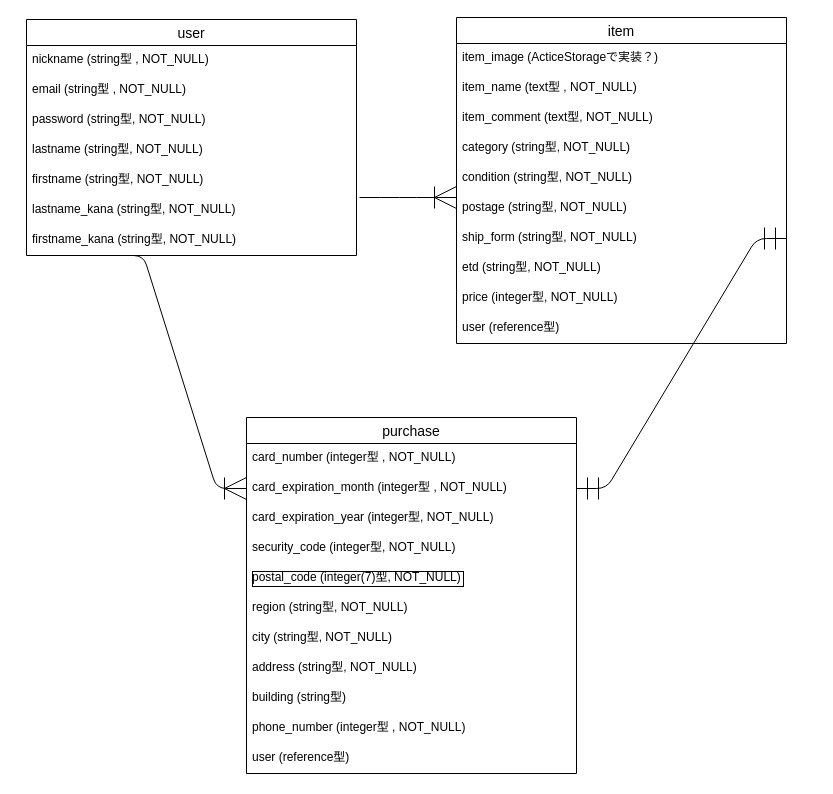
Above: config/furima-34845.dio in tn-0214/furima-34845 (draw.io), before the change. Source tidied: cells renumbered, new cells numbered last; positions are measured from the earlier drawing's top-left corner, leaving out a move shared by most shapes. Both pictures are drawn from the tidied source at 100%, with x=0, y=0 at pixel (26, 17).
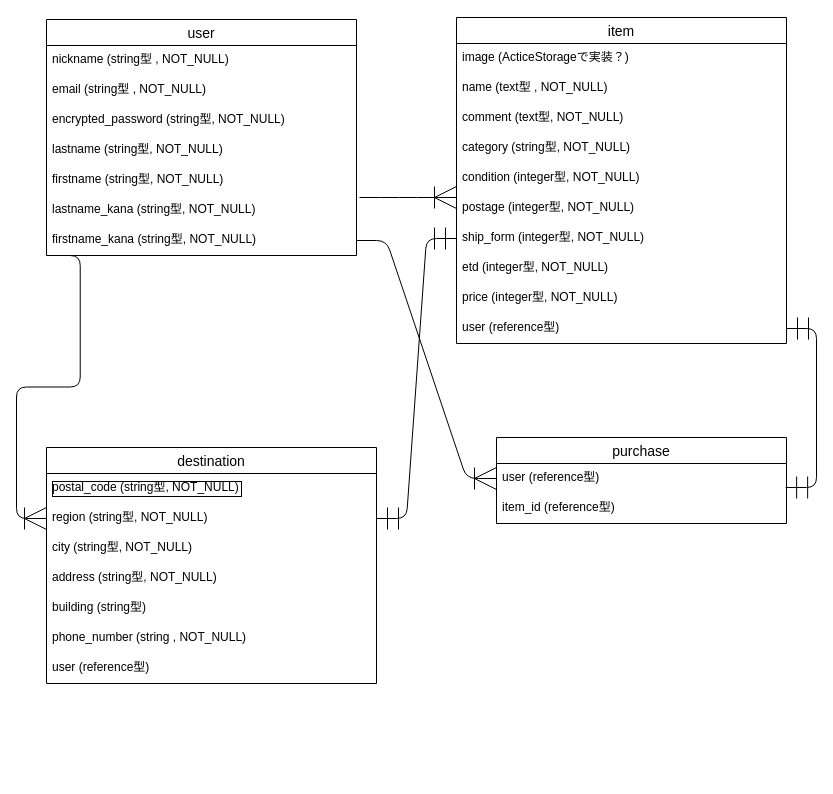
The same page after the edit.

The change refers to these unchanged cells:
```xml
<mxCell id="10" value="item" style="swimlane;fontStyle=0;horizontal=1;startSize=26;align=center;fontSize=14;" parent="1" vertex="1">
  <mxGeometry x="430" width="330" height="326" as="geometry" />
</mxCell>
<mxCell id="20" value="user (reference型)" style="text;strokeColor=none;fillColor=none;spacingLeft=4;spacingRight=4;overflow=hidden;points=[[0,0.5],[1,0.5]];portConstraint=eastwest;fontSize=12;" parent="10" vertex="1">
  <mxGeometry y="296" width="330" height="30" as="geometry" />
</mxCell>
```

The edit, as a diff of the source:
```diff
@@
     <mxCell id="2" value="user" style="swimlane;fontStyle=0;horizontal=1;startSize=26;align=center;fontSize=14;" parent="1" vertex="1">
-      <mxGeometry y="2" width="330" height="236" as="geometry" />
+      <mxGeometry x="20" y="2" width="310" height="236" as="geometry" />
     </mxCell>
     <mxCell id="3" value="nickname (string型 , NOT_NULL)" style="text;strokeColor=none;fillColor=none;spacingLeft=4;spacingRight=4;overflow=hidden;fontSize=12;" parent="2" vertex="1">
-      <mxGeometry y="26" width="330" height="30" as="geometry" />
+      <mxGeometry y="26" width="310" height="30" as="geometry" />
     </mxCell>
     <mxCell id="4" value="email (string型 , NOT_NULL)" style="text;strokeColor=none;fillColor=none;spacingLeft=4;spacingRight=4;overflow=hidden;fontSize=12;" parent="2" vertex="1">
-      <mxGeometry y="56" width="330" height="30" as="geometry" />
+      <mxGeometry y="56" width="310" height="30" as="geometry" />
     </mxCell>
-    <mxCell id="5" value="password (string型, NOT_NULL)" style="text;strokeColor=none;fillColor=none;spacingLeft=4;spacingRight=4;overflow=hidden;fontSize=12;" parent="2" vertex="1">
-      <mxGeometry y="86" width="330" height="30" as="geometry" />
+    <mxCell id="5" value="encrypted_password (string型, NOT_NULL)" style="text;strokeColor=none;fillColor=none;spacingLeft=4;spacingRight=4;overflow=hidden;fontSize=12;" parent="2" vertex="1">
+      <mxGeometry y="86" width="310" height="30" as="geometry" />
     </mxCell>
     <mxCell id="6" value="lastname (string型, NOT_NULL)" style="text;strokeColor=none;fillColor=none;spacingLeft=4;spacingRight=4;overflow=hidden;fontSize=12;" parent="2" vertex="1">
-      <mxGeometry y="116" width="330" height="30" as="geometry" />
+      <mxGeometry y="116" width="310" height="30" as="geometry" />
     </mxCell>
     <mxCell id="7" value="firstname (string型, NOT_NULL)" style="text;strokeColor=none;fillColor=none;spacingLeft=4;spacingRight=4;overflow=hidden;fontSize=12;" parent="2" vertex="1">
-      <mxGeometry y="146" width="330" height="30" as="geometry" />
+      <mxGeometry y="146" width="310" height="30" as="geometry" />
     </mxCell>
     <mxCell id="8" value="lastname_kana (string型, NOT_NULL)" style="text;strokeColor=none;fillColor=none;spacingLeft=4;spacingRight=4;overflow=hidden;fontSize=12;" parent="2" vertex="1">
-      <mxGeometry y="176" width="330" height="30" as="geometry" />
+      <mxGeometry y="176" width="310" height="30" as="geometry" />
     </mxCell>
     <mxCell id="9" value="firstname_kana (string型, NOT_NULL)" style="text;strokeColor=none;fillColor=none;spacingLeft=4;spacingRight=4;overflow=hidden;points=[[0,0.5],[1,0.5]];portConstraint=eastwest;fontSize=12;" parent="2" vertex="1">
-      <mxGeometry y="206" width="330" height="30" as="geometry" />
+      <mxGeometry y="206" width="310" height="30" as="geometry" />
     </mxCell>
@@
-    <mxCell id="11" value="item_image (ActiceStorageで実装？)" style="text;strokeColor=none;fillColor=none;spacingLeft=4;spacingRight=4;overflow=hidden;fontSize=12;" parent="10" vertex="1">
+    <mxCell id="11" value="image (ActiceStorageで実装？)" style="text;strokeColor=none;fillColor=none;spacingLeft=4;spacingRight=4;overflow=hidden;fontSize=12;" parent="10" vertex="1">
       <mxGeometry y="26" width="330" height="30" as="geometry" />
     </mxCell>
-    <mxCell id="12" value="item_name (text型 , NOT_NULL)" style="text;strokeColor=none;fillColor=none;spacingLeft=4;spacingRight=4;overflow=hidden;fontSize=12;" parent="10" vertex="1">
+    <mxCell id="12" value="name (text型 , NOT_NULL)" style="text;strokeColor=none;fillColor=none;spacingLeft=4;spacingRight=4;overflow=hidden;fontSize=12;" parent="10" vertex="1">
       <mxGeometry y="56" width="330" height="30" as="geometry" />
     </mxCell>
-    <mxCell id="13" value="item_comment (text型, NOT_NULL)" style="text;strokeColor=none;fillColor=none;spacingLeft=4;spacingRight=4;overflow=hidden;fontSize=12;" parent="10" vertex="1">
+    <mxCell id="13" value="comment (text型, NOT_NULL)" style="text;strokeColor=none;fillColor=none;spacingLeft=4;spacingRight=4;overflow=hidden;fontSize=12;" parent="10" vertex="1">
       <mxGeometry y="86" width="330" height="30" as="geometry" />
     </mxCell>
@@
-    <mxCell id="15" value="condition (string型, NOT_NULL)" style="text;strokeColor=none;fillColor=none;spacingLeft=4;spacingRight=4;overflow=hidden;fontSize=12;" parent="10" vertex="1">
+    <mxCell id="15" value="condition (integer型, NOT_NULL)" style="text;strokeColor=none;fillColor=none;spacingLeft=4;spacingRight=4;overflow=hidden;fontSize=12;" parent="10" vertex="1">
       <mxGeometry y="146" width="330" height="30" as="geometry" />
     </mxCell>
-    <mxCell id="16" value="postage (string型, NOT_NULL)" style="text;strokeColor=none;fillColor=none;spacingLeft=4;spacingRight=4;overflow=hidden;fontSize=12;" parent="10" vertex="1">
+    <mxCell id="16" value="postage (integer型, NOT_NULL)" style="text;strokeColor=none;fillColor=none;spacingLeft=4;spacingRight=4;overflow=hidden;fontSize=12;" parent="10" vertex="1">
       <mxGeometry y="176" width="330" height="30" as="geometry" />
     </mxCell>
-    <mxCell id="17" value="ship_form (string型, NOT_NULL)" style="text;strokeColor=none;fillColor=none;spacingLeft=4;spacingRight=4;overflow=hidden;points=[[0,0.5],[1,0.5]];portConstraint=eastwest;fontSize=12;" parent="10" vertex="1">
+    <mxCell id="17" value="ship_form (integer型, NOT_NULL)" style="text;strokeColor=none;fillColor=none;spacingLeft=4;spacingRight=4;overflow=hidden;points=[[0,0.5],[1,0.5]];portConstraint=eastwest;fontSize=12;" parent="10" vertex="1">
       <mxGeometry y="206" width="330" height="30" as="geometry" />
     </mxCell>
-    <mxCell id="18" value="etd (string型, NOT_NULL)" style="text;strokeColor=none;fillColor=none;spacingLeft=4;spacingRight=4;overflow=hidden;fontSize=12;" parent="10" vertex="1">
+    <mxCell id="18" value="etd (integer型, NOT_NULL)" style="text;strokeColor=none;fillColor=none;spacingLeft=4;spacingRight=4;overflow=hidden;fontSize=12;" parent="10" vertex="1">
       <mxGeometry y="236" width="330" height="30" as="geometry" />
     </mxCell>
@@
-    <mxCell id="21" value="purchase" style="swimlane;fontStyle=0;horizontal=1;startSize=26;align=center;fontSize=14;" parent="1" vertex="1">
-      <mxGeometry x="220" y="400" width="330" height="356" as="geometry" />
+    <mxCell id="21" value="destination" style="swimlane;fontStyle=0;horizontal=1;startSize=26;align=center;fontSize=14;" parent="1" vertex="1">
+      <mxGeometry x="20" y="430" width="330" height="236" as="geometry" />
     </mxCell>
-    <mxCell id="22" value="card_number (integer型 , NOT_NULL)" style="text;strokeColor=none;fillColor=none;spacingLeft=4;spacingRight=4;overflow=hidden;fontSize=12;" parent="21" vertex="1">
-      <mxGeometry y="26" width="330" height="30" as="geometry" />
-    </mxCell>
-    <mxCell id="23" value="card_expiration_month (integer型 , NOT_NULL)" style="text;strokeColor=none;fillColor=none;spacingLeft=4;spacingRight=4;overflow=hidden;points=[[0,0.5],[1,0.5]];portConstraint=eastwest;fontSize=12;" parent="21" vertex="1">
-      <mxGeometry y="56" width="330" height="30" as="geometry" />
-    </mxCell>
-    <mxCell id="24" value="card_expiration_year (integer型, NOT_NULL)" style="text;strokeColor=none;fillColor=none;spacingLeft=4;spacingRight=4;overflow=hidden;fontSize=12;html=1;" parent="21" vertex="1">
-      <mxGeometry y="86" width="330" height="30" as="geometry" />
-    </mxCell>
-    <mxCell id="25" value="security_code (integer型, NOT_NULL)" style="text;strokeColor=none;fillColor=none;spacingLeft=4;spacingRight=4;overflow=hidden;fontSize=12;" parent="21" vertex="1">
-      <mxGeometry y="116" width="330" height="30" as="geometry" />
-    </mxCell>
-    <mxCell id="26" value="postal_code (integer(7)型, NOT_NULL)" style="text;strokeColor=none;fillColor=none;spacingLeft=4;spacingRight=4;overflow=hidden;fontSize=12;labelBorderColor=#000000;" parent="21" vertex="1">
-      <mxGeometry y="146" width="330" height="30" as="geometry" />
+    <mxCell id="26" value="postal_code (string型, NOT_NULL)" style="text;strokeColor=none;fillColor=none;spacingLeft=4;spacingRight=4;overflow=hidden;fontSize=12;labelBorderColor=#000000;" parent="21" vertex="1">
+      <mxGeometry y="26" width="330" height="30" as="geometry" />
     </mxCell>
     <mxCell id="27" value="region (string型, NOT_NULL)" style="text;strokeColor=none;fillColor=none;spacingLeft=4;spacingRight=4;overflow=hidden;fontSize=12;" parent="21" vertex="1">
-      <mxGeometry y="176" width="330" height="30" as="geometry" />
+      <mxGeometry y="56" width="330" height="30" as="geometry" />
     </mxCell>
     <mxCell id="28" value="city (string型, NOT_NULL)" style="text;strokeColor=none;fillColor=none;spacingLeft=4;spacingRight=4;overflow=hidden;fontSize=12;" parent="21" vertex="1">
-      <mxGeometry y="206" width="330" height="30" as="geometry" />
+      <mxGeometry y="86" width="330" height="30" as="geometry" />
     </mxCell>
     <mxCell id="29" value="address (string型, NOT_NULL)" style="text;strokeColor=none;fillColor=none;spacingLeft=4;spacingRight=4;overflow=hidden;fontSize=12;" parent="21" vertex="1">
-      <mxGeometry y="236" width="330" height="30" as="geometry" />
+      <mxGeometry y="116" width="330" height="30" as="geometry" />
     </mxCell>
     <mxCell id="30" value="building (string型)" style="text;strokeColor=none;fillColor=none;spacingLeft=4;spacingRight=4;overflow=hidden;fontSize=12;" parent="21" vertex="1">
-      <mxGeometry y="266" width="330" height="30" as="geometry" />
+      <mxGeometry y="146" width="330" height="30" as="geometry" />
     </mxCell>
-    <mxCell id="31" value="phone_number (integer型 , NOT_NULL)" style="text;strokeColor=none;fillColor=none;spacingLeft=4;spacingRight=4;overflow=hidden;fontSize=12;" parent="21" vertex="1">
-      <mxGeometry y="296" width="330" height="30" as="geometry" />
+    <mxCell id="31" value="phone_number (string , NOT_NULL)" style="text;strokeColor=none;fillColor=none;spacingLeft=4;spacingRight=4;overflow=hidden;fontSize=12;" parent="21" vertex="1">
+      <mxGeometry y="176" width="330" height="30" as="geometry" />
     </mxCell>
     <mxCell id="32" value="user (reference型)" style="text;strokeColor=none;fillColor=none;spacingLeft=4;spacingRight=4;overflow=hidden;fontSize=12;" parent="21" vertex="1">
-      <mxGeometry y="326" width="330" height="30" as="geometry" />
+      <mxGeometry y="206" width="330" height="30" as="geometry" />
     </mxCell>
@@
-    <mxCell id="34" style="edgeStyle=entityRelationEdgeStyle;fontSize=12;html=1;endArrow=ERoneToMany;strokeWidth=1;entryX=0;entryY=0.5;entryDx=0;entryDy=0;endSize=20;" parent="1" edge="1" target="23">
+    <mxCell id="34" style="edgeStyle=entityRelationEdgeStyle;fontSize=12;html=1;endArrow=ERoneToMany;strokeWidth=1;entryX=0;entryY=0.5;entryDx=0;entryDy=0;endSize=20;exitX=0.012;exitY=1;exitDx=0;exitDy=0;exitPerimeter=0;" parent="1" edge="1" source="9">
       <mxGeometry relative="1" as="geometry">
-        <mxPoint x="87" y="238" as="sourcePoint" />
+        <mxPoint x="20" y="501" as="targetPoint" />
       </mxGeometry>
     </mxCell>
-    <mxCell id="35" style="edgeStyle=entityRelationEdgeStyle;fontSize=12;html=1;endArrow=ERmandOne;startArrow=ERmandOne;strokeWidth=1;endSize=20;startSize=20;exitX=1;exitY=0.5;exitDx=0;exitDy=0;entryX=1;entryY=0.5;entryDx=0;entryDy=0;" parent="1" edge="1" source="23" target="17">
-      <mxGeometry relative="1" as="geometry" />
+    <mxCell id="35" style="edgeStyle=entityRelationEdgeStyle;fontSize=12;html=1;endArrow=ERmandOne;startArrow=ERmandOne;strokeWidth=1;endSize=20;startSize=20;exitX=1;exitY=0.5;exitDx=0;exitDy=0;entryX=0;entryY=0.5;entryDx=0;entryDy=0;" parent="1" edge="1" target="17">
+      <mxGeometry relative="1" as="geometry">
+        <mxPoint x="350" y="501" as="sourcePoint" />
+      </mxGeometry>
     </mxCell>
+    <mxCell id="36" value="purchase" style="swimlane;fontStyle=0;horizontal=1;startSize=26;align=center;fontSize=14;" parent="1" vertex="1">
+      <mxGeometry x="470" y="420" width="290" height="86" as="geometry" />
+    </mxCell>
+    <mxCell id="37" value="user (reference型)" style="text;strokeColor=none;fillColor=none;spacingLeft=4;spacingRight=4;overflow=hidden;points=[[0,0.5],[1,0.5]];portConstraint=eastwest;fontSize=12;" parent="36" vertex="1">
+      <mxGeometry y="26" width="290" height="30" as="geometry" />
+    </mxCell>
+    <mxCell id="38" value="item_id (reference型)" style="text;strokeColor=none;fillColor=none;spacingLeft=4;spacingRight=4;overflow=hidden;fontSize=12;" parent="36" vertex="1">
+      <mxGeometry y="56" width="290" height="30" as="geometry" />
+    </mxCell>
+    <mxCell id="39" style="edgeStyle=entityRelationEdgeStyle;fontSize=12;html=1;endArrow=ERoneToMany;strokeWidth=1;endSize=20;startSize=20;entryX=0;entryY=0.5;entryDx=0;entryDy=0;" parent="1" edge="1" source="9" target="37">
+      <mxGeometry relative="1" as="geometry" />
+    </mxCell>
+    <mxCell id="40" style="edgeStyle=entityRelationEdgeStyle;fontSize=12;html=1;endArrow=ERmandOne;startArrow=ERmandOne;entryX=0.997;entryY=0.8;entryDx=0;entryDy=0;entryPerimeter=0;endSize=20;startSize=20;" parent="1" edge="1" source="20" target="37">
+      <mxGeometry relative="1" as="geometry" />
+    </mxCell>
```
